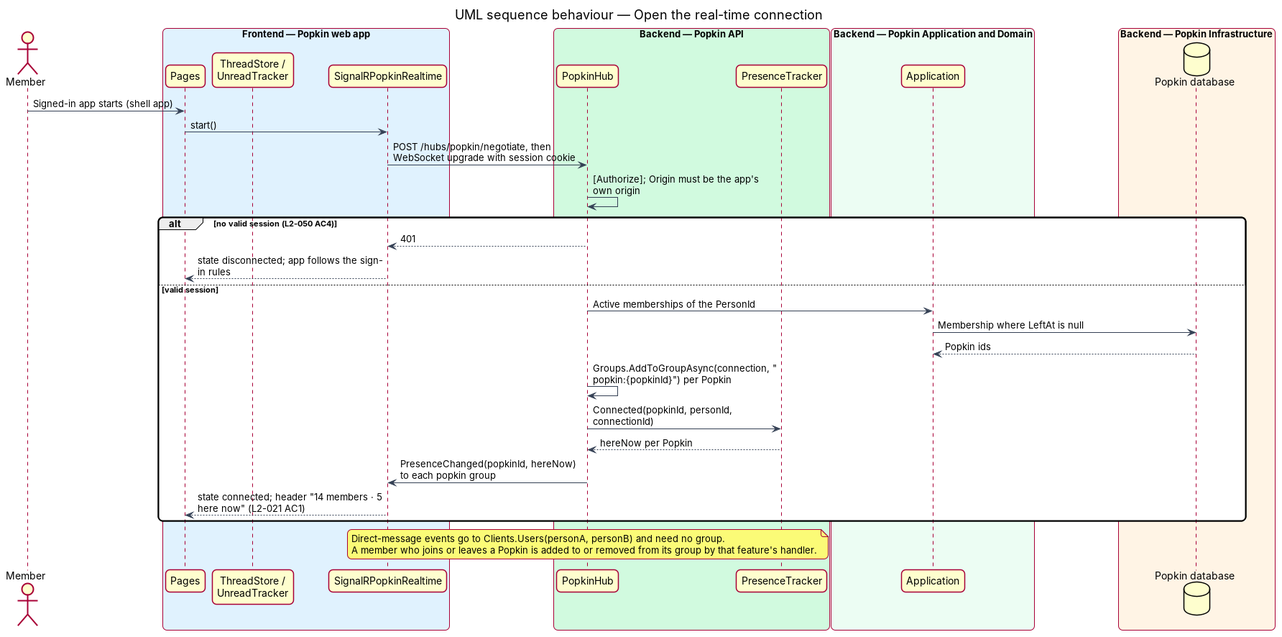
The PlantUML diagram docs/detailed-designs/chat/live-messages/diagrams/sequence-connect.png in QuinntyneBrown/popkin, before a commit. Its source is kept beside it as docs/detailed-designs/chat/live-messages/diagrams/sequence-connect.puml. Source of this version:
```plantuml
@startuml
title UML sequence behaviour — Open the real-time connection
skinparam backgroundColor #FFFFFF
skinparam shadowing false
skinparam roundcorner 12
skinparam defaultFontName Arial
skinparam ArrowColor #344054
skinparam maxMessageSize 260
skinparam rectangle {
  BorderColor #344054
  FontColor #101828
}
skinparam package {
  BorderColor #667085
  FontColor #101828
  BackgroundColor #F9FAFB
}

actor "Member" as actor
box "Frontend — Popkin web app" #E0F2FE
  participant "Pages" as page
  participant "ThreadStore /\nUnreadTracker" as store
  participant "SignalRPopkinRealtime" as rt
end box
box "Backend — Popkin API" #D1FADF
  participant "PopkinHub" as hub
  participant "PresenceTracker" as presence
end box
box "Backend — Popkin Application and Domain" #ECFDF3
  participant "Application" as handler
end box
box "Backend — Popkin Infrastructure" #FFF4E5
  database "Popkin database" as db
end box
actor -> page : Signed-in app starts (shell app)
page -> rt : start()
rt -> hub : POST /hubs/popkin/negotiate, then WebSocket upgrade with session cookie
hub -> hub : [Authorize]; Origin must be the app's own origin
alt no valid session (L2-050 AC4)
  hub --> rt : 401
  rt --> page : state disconnected; app follows the sign-in rules
else valid session
  hub -> handler : Active memberships of the PersonId
  handler -> db : Membership where LeftAt is null
  db --> handler : Popkin ids
  hub -> hub : Groups.AddToGroupAsync(connection, "popkin:{popkinId}") per Popkin
  hub -> presence : Connected(popkinId, personId, connectionId)
  presence --> hub : hereNow per Popkin
  hub -> rt : PresenceChanged(popkinId, hereNow) to each popkin group
  rt --> page : state connected; header "14 members · 5 here now" (L2-021 AC1)
end
note over hub : Direct-message events go to Clients.Users(personA, personB) and need no group.\nA member who joins or leaves a Popkin is added to or removed from its group by that feature's handler.
@enduml
```
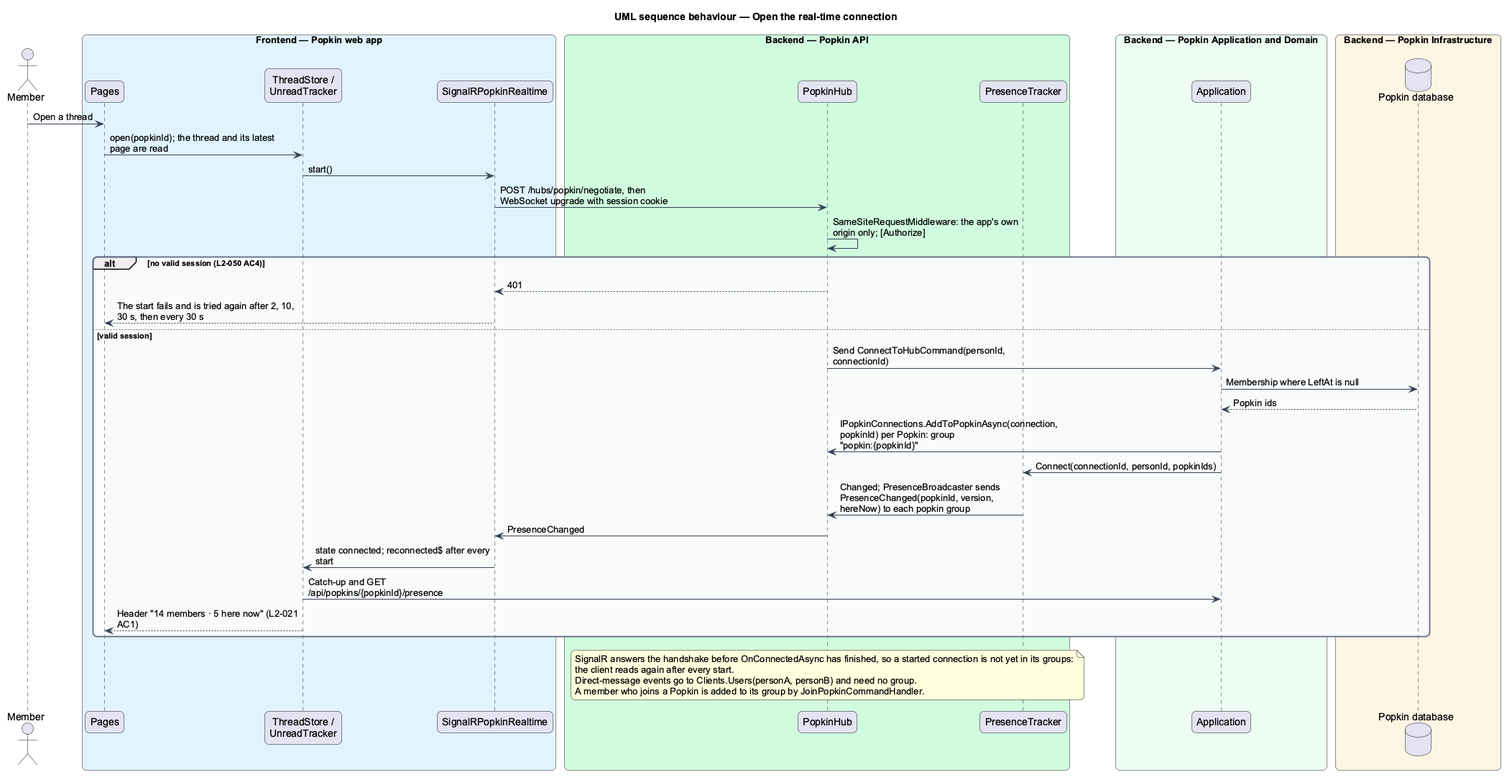
After the commit.

The edit, as a diff of the source:
```diff
@@ -32,22 +32,25 @@
 box "Backend — Popkin Infrastructure" #FFF4E5
   database "Popkin database" as db
 end box
-actor -> page : Signed-in app starts (shell app)
-page -> rt : start()
+actor -> page : Open a thread
+page -> store : open(popkinId); the thread and its latest page are read
+store -> rt : start()
 rt -> hub : POST /hubs/popkin/negotiate, then WebSocket upgrade with session cookie
-hub -> hub : [Authorize]; Origin must be the app's own origin
+hub -> hub : SameSiteRequestMiddleware: the app's own origin only; [Authorize]
 alt no valid session (L2-050 AC4)
   hub --> rt : 401
-  rt --> page : state disconnected; app follows the sign-in rules
+  rt --> page : The start fails and is tried again after 2, 10, 30 s, then every 30 s
 else valid session
-  hub -> handler : Active memberships of the PersonId
+  hub -> handler : Send ConnectToHubCommand(personId, connectionId)
   handler -> db : Membership where LeftAt is null
   db --> handler : Popkin ids
-  hub -> hub : Groups.AddToGroupAsync(connection, "popkin:{popkinId}") per Popkin
-  hub -> presence : Connected(popkinId, personId, connectionId)
-  presence --> hub : hereNow per Popkin
-  hub -> rt : PresenceChanged(popkinId, hereNow) to each popkin group
-  rt --> page : state connected; header "14 members · 5 here now" (L2-021 AC1)
+  handler -> hub : IPopkinConnections.AddToPopkinAsync(connection, popkinId) per Popkin: group "popkin:{popkinId}"
+  handler -> presence : Connect(connectionId, personId, popkinIds)
+  presence -> hub : Changed; PresenceBroadcaster sends PresenceChanged(popkinId, version, hereNow) to each popkin group
+  hub -> rt : PresenceChanged
+  rt -> store : state connected; reconnected$ after every start
+  store -> handler : Catch-up and GET /api/popkins/{popkinId}/presence
+  store --> page : Header "14 members · 5 here now" (L2-021 AC1)
 end
-note over hub : Direct-message events go to Clients.Users(personA, personB) and need no group.\nA member who joins or leaves a Popkin is added to or removed from its group by that feature's handler.
+note over hub : SignalR answers the handshake before OnConnectedAsync has finished, so a started connection is not yet in its groups:\nthe client reads again after every start.\nDirect-message events go to Clients.Users(personA, personB) and need no group.\nA member who joins a Popkin is added to its group by JoinPopkinCommandHandler.
 @enduml
```
